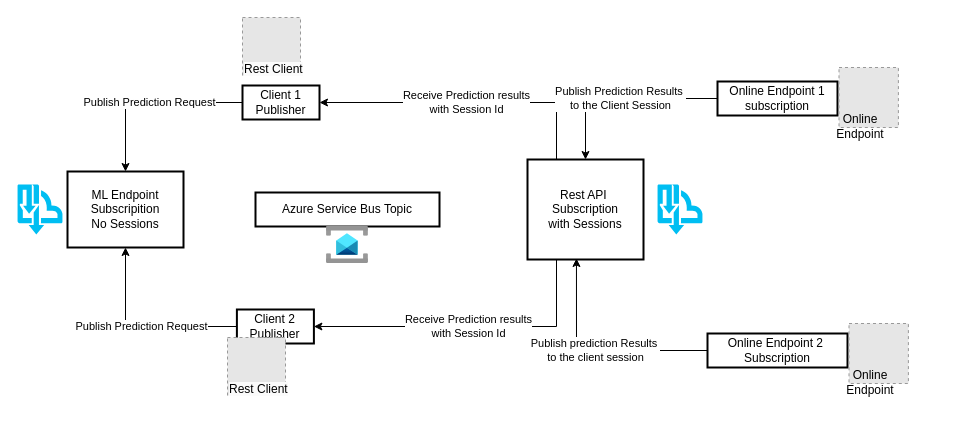
Earlier version of the draw.io diagram MLEndpointswithAsyncInferencing.drawio (anildwarepo/draw.io-artifacts). Source tidied: cells renumbered, new cells numbered last; positions are measured from the earlier drawing's top-left corner, leaving out a move shared by most shapes. Both pictures are drawn from the tidied source at 100%, with x=0, y=0 at pixel (17, 17). Pictures stored in the file or linked from it are replaced by grey dashed boxes.
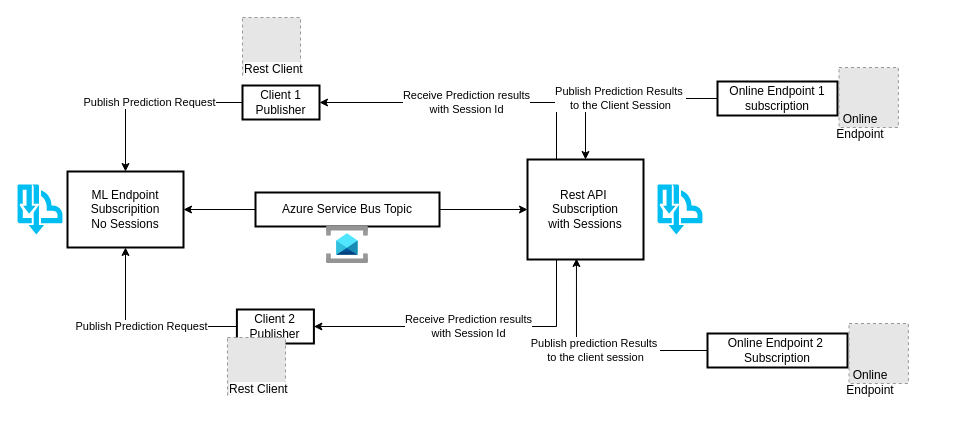
Above is the later version.

The change refers to these unchanged cells:
```xml
<mxCell id="2" value="Azure Service Bus Topic" style="whiteSpace=wrap;strokeWidth=2;" parent="1" vertex="1">
  <mxGeometry x="238" y="175" width="184" height="34" as="geometry" />
</mxCell>
<mxCell id="5" value="Rest API &#10;Subscription&#10;with Sessions" style="whiteSpace=wrap;strokeWidth=2;" parent="1" vertex="1">
  <mxGeometry x="510" y="142" width="116" height="100" as="geometry" />
</mxCell>
<mxCell id="21" value="ML Endpoint Subscripition&#10;No Sessions" style="whiteSpace=wrap;strokeWidth=2;" parent="20" vertex="1">
  <mxGeometry x="50" width="116" height="76" as="geometry" />
</mxCell>
```

Diff of the diagram source:
```diff
@@
+    <mxCell id="34" style="edgeStyle=orthogonalEdgeStyle;rounded=0;jettySize=auto;html=1;exitX=0;exitY=0.5;exitDx=0;exitDy=0;" parent="1" edge="1" source="2" target="21">
+      <mxGeometry relative="1" as="geometry" />
+    </mxCell>
+    <mxCell id="35" style="edgeStyle=orthogonalEdgeStyle;rounded=0;jettySize=auto;html=1;exitX=1;exitY=0.5;exitDx=0;exitDy=0;entryX=0;entryY=0.5;entryDx=0;entryDy=0;" parent="1" edge="1" source="2" target="5">
+      <mxGeometry relative="1" as="geometry" />
+    </mxCell>
```
